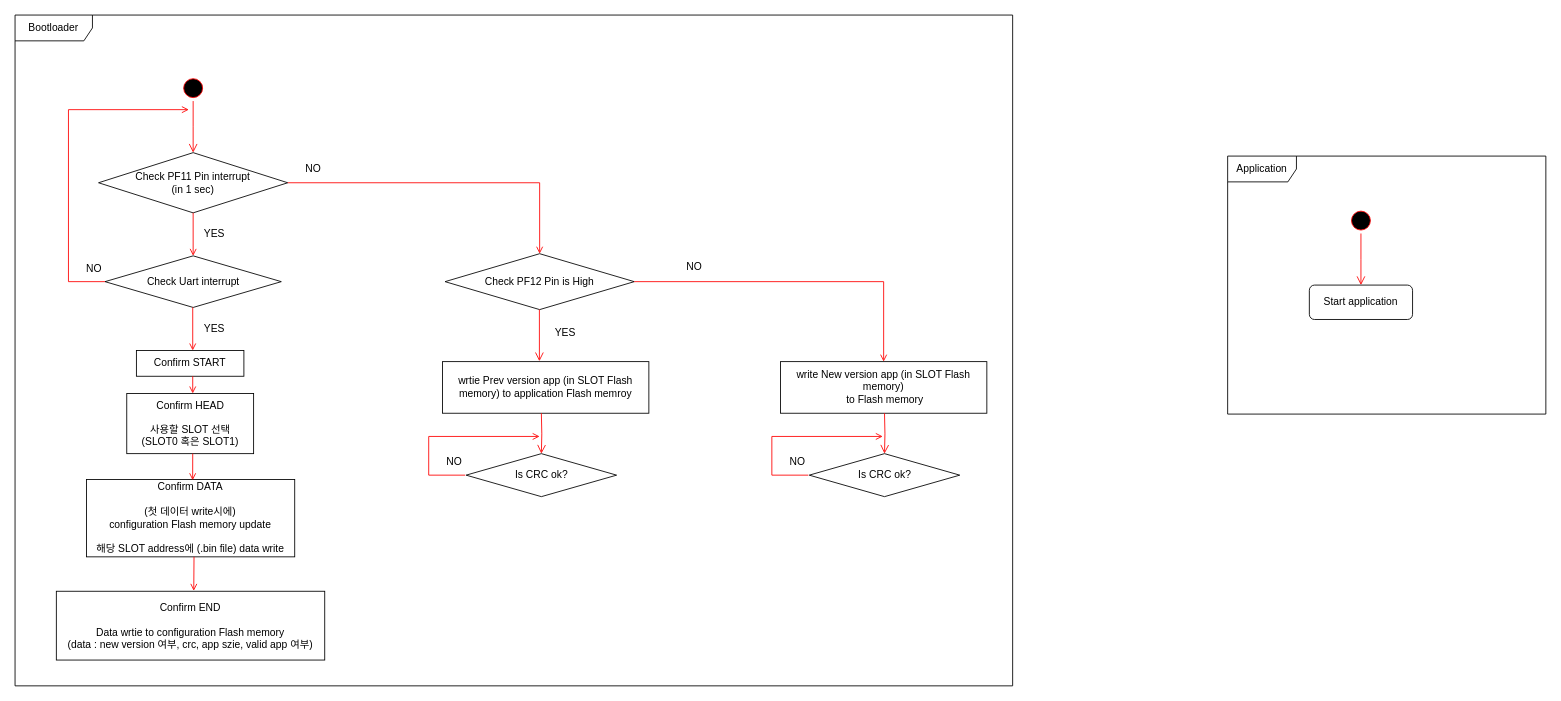
Above: BootloaderUpdate_prevVersion.drawio in chaeyoonl/Bootloader_update_crc_prev (draw.io), before the change. Source tidied: cells renumbered, new cells numbered last; positions are measured from the earlier drawing's top-left corner, leaving out a move shared by most shapes. Both pictures are drawn from the tidied source at 86%, with x=0, y=0 at pixel (15, 15).
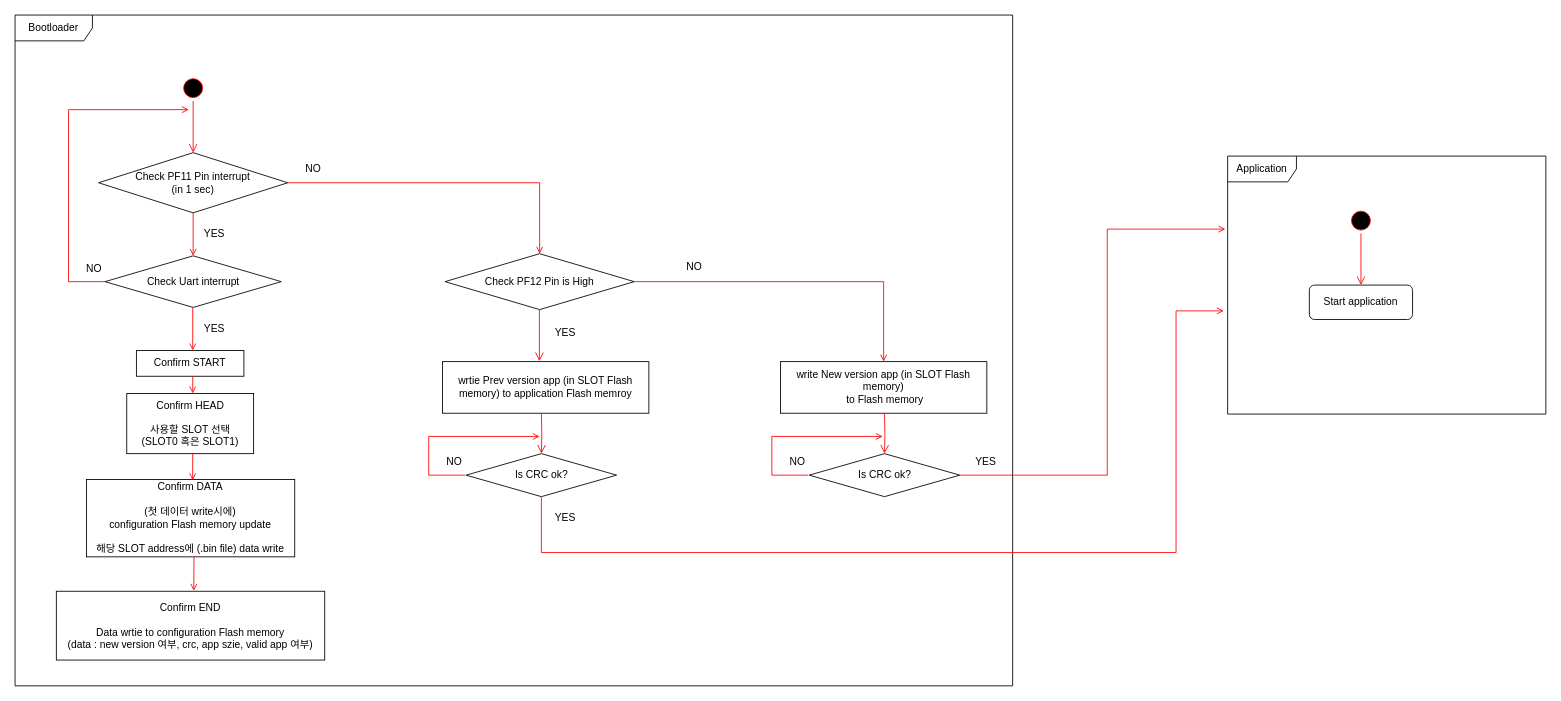
After the change.

The change refers to these unchanged cells:
```xml
<mxCell id="29" value="Is CRC ok?" style="rhombus;whiteSpace=wrap;html=1;" parent="1" vertex="1">
  <mxGeometry x="524.5" y="510" width="175" height="50" as="geometry" />
</mxCell>
<mxCell id="33" value="Is CRC ok?" style="rhombus;whiteSpace=wrap;html=1;" parent="1" vertex="1">
  <mxGeometry x="923.5" y="510" width="175" height="50" as="geometry" />
</mxCell>
<mxCell id="40" value="Application" style="shape=umlFrame;whiteSpace=wrap;html=1;width=80;height=30;" parent="1" vertex="1">
  <mxGeometry x="1410" y="164" width="370" height="300" as="geometry" />
</mxCell>
```

The edit, as a diff of the source:
```diff
@@
+    <mxCell id="41" style="endArrow=open;html=1;rounded=0;exitX=1;exitY=0.5;exitDx=0;exitDy=0;strokeColor=#FF0000;endFill=0;edgeStyle=orthogonalEdgeStyle;entryX=-0.007;entryY=0.283;entryDx=0;entryDy=0;entryPerimeter=0;" parent="1" edge="1" source="33" target="40">
+      <mxGeometry relative="1" as="geometry">
+        <Array as="points">
+          <mxPoint x="1270" y="535" />
+          <mxPoint x="1270" y="249" />
+        </Array>
+      </mxGeometry>
+    </mxCell>
+    <mxCell id="42" style="endArrow=open;html=1;rounded=0;strokeColor=#FF0000;endFill=0;edgeStyle=orthogonalEdgeStyle;exitX=0.5;exitY=1;exitDx=0;exitDy=0;entryX=-0.012;entryY=0.6;entryDx=0;entryDy=0;entryPerimeter=0;" parent="1" edge="1" source="29" target="40">
+      <mxGeometry relative="1" as="geometry">
+        <Array as="points">
+          <mxPoint x="612" y="625" />
+          <mxPoint x="1350" y="625" />
+          <mxPoint x="1350" y="344" />
+        </Array>
+      </mxGeometry>
+    </mxCell>
+    <mxCell id="43" value="YES" style="text;html=1;strokeColor=none;fillColor=none;align=center;verticalAlign=middle;whiteSpace=wrap;rounded=0;" parent="1" vertex="1">
+      <mxGeometry x="610" y="570" width="60" height="30" as="geometry" />
+    </mxCell>
+    <mxCell id="44" value="YES" style="text;html=1;strokeColor=none;fillColor=none;align=center;verticalAlign=middle;whiteSpace=wrap;rounded=0;" parent="1" vertex="1">
+      <mxGeometry x="1098.5" y="505" width="60" height="30" as="geometry" />
+    </mxCell>
```
